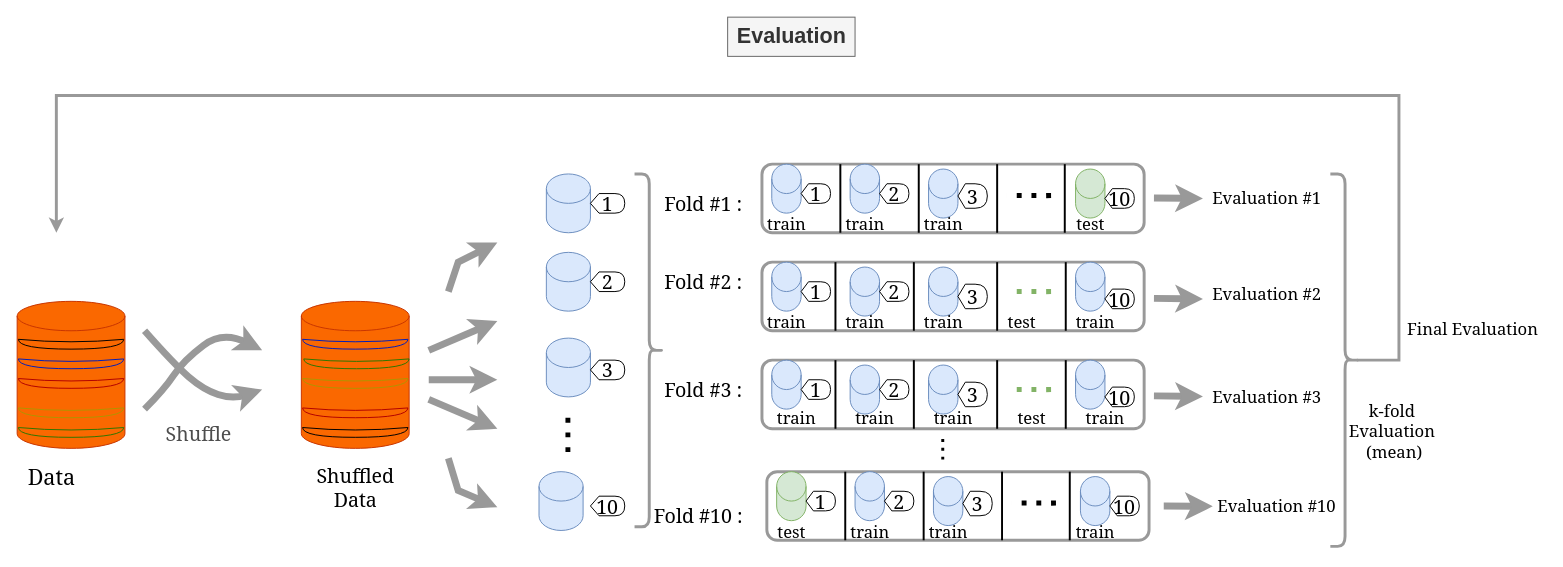
This is page "Evaluation" (8 of 8) of Diagramme sans nom.drawio from papasega/DeepLearning_Shared_PSW, a draw.io file, before an edit. Source tidied: cells renumbered, new cells numbered last; positions are measured from the earlier drawing's top-left corner, leaving out a move shared by most shapes. Both pictures are drawn from the tidied source at 98%, with x=0, y=0 at pixel (17, 17).
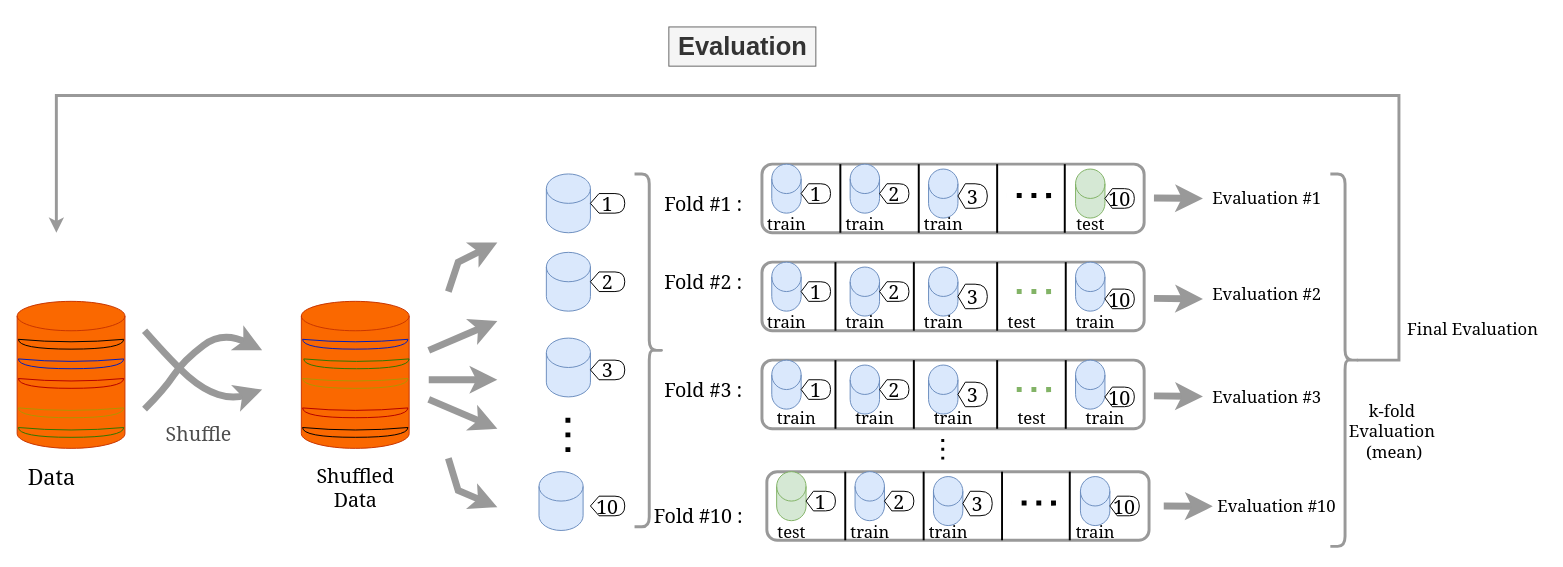
The same page after the edit.

Commit message:
Mettre à jour Diagramme sans nom.drawio

What changed in the source:
```diff
@@
-    <mxCell id="3" value="&lt;span style=&quot;font-size: 22px;&quot;&gt;&lt;b&gt;Evaluation&lt;/b&gt;&lt;/span&gt;" style="text;html=1;align=center;verticalAlign=middle;strokeColor=#666666;fillColor=#f5f5f5;fontColor=#333333;" parent="1" vertex="1">
-      <mxGeometry x="725" width="130" height="40" as="geometry" />
+    <mxCell id="3" value="&lt;b style=&quot;&quot;&gt;&lt;font style=&quot;font-size: 26px;&quot;&gt;Evaluation&lt;/font&gt;&lt;/b&gt;" style="text;html=1;align=center;verticalAlign=middle;strokeColor=#666666;fillColor=#f5f5f5;fontColor=#333333;" parent="1" vertex="1">
+      <mxGeometry x="665" y="10" width="150" height="40" as="geometry" />
     </mxCell>
```
